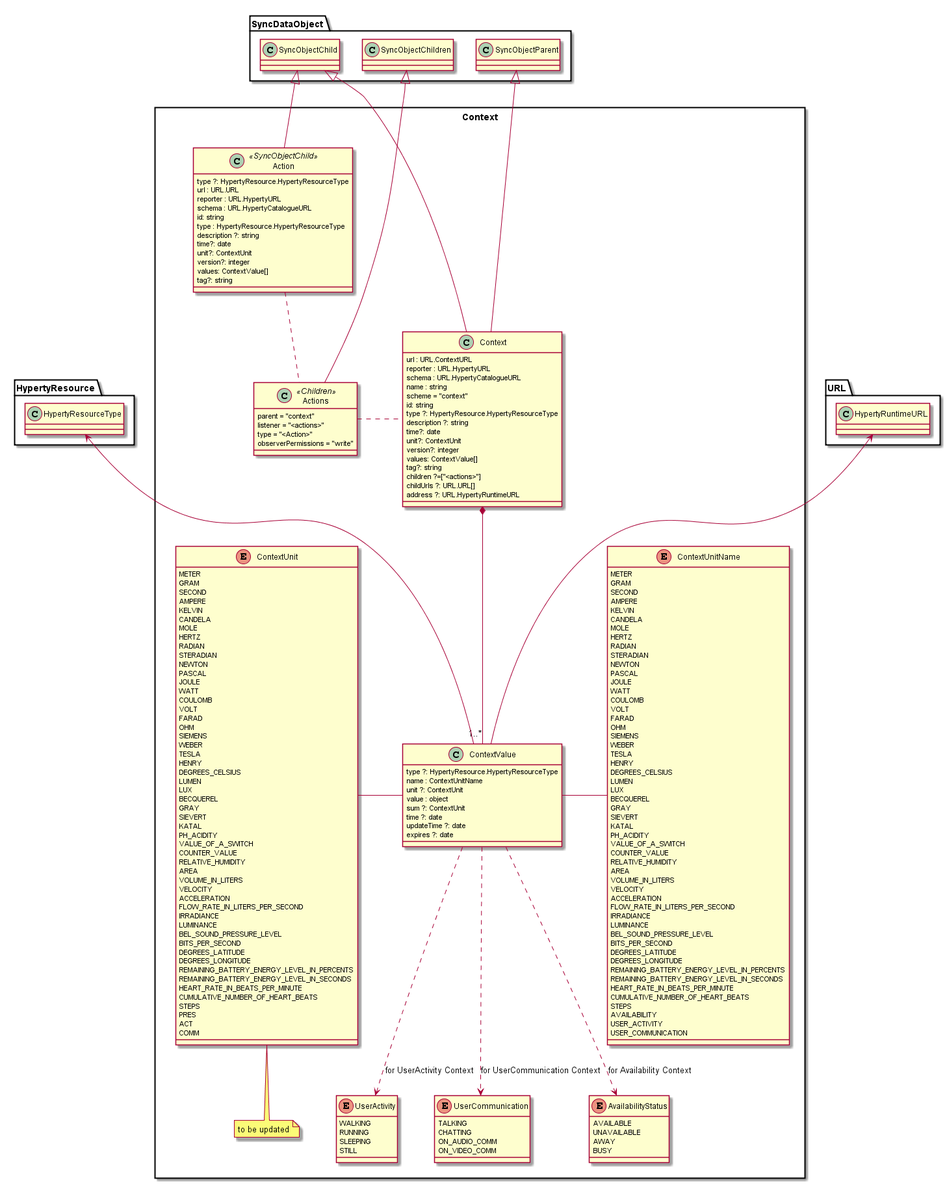
reTHINK-project/dev-service-framework keeps this PlantUML diagram as docs/datamodel/data-objects/context/Context.png. Above is the earlier version.
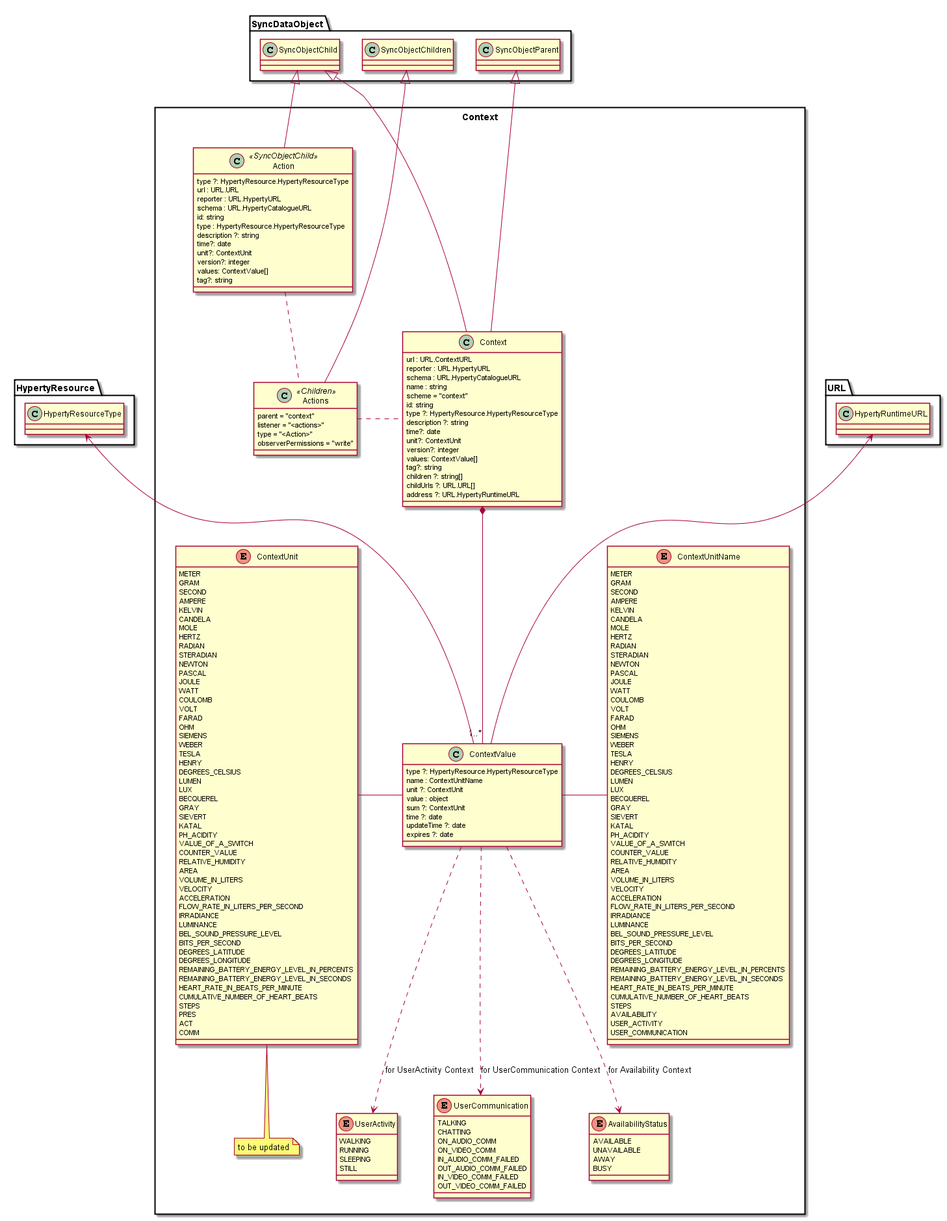
The same diagram one commit later.

Commit message:
Context model update with new values for UserCommunication context

Diff of the diagram source:
```diff
@@ -16,7 +16,7 @@
 		version?: integer
 		values: ContextValue[]
 		tag?: string
-		children ?=["<actions>"]
+		children ?: string[]
 		childUrls ?: URL.URL[]
 		address ?: URL.HypertyRuntimeURL
 	}
@@ -163,6 +163,10 @@
 	 CHATTING
 	 ON_AUDIO_COMM
 	 ON_VIDEO_COMM
+	 IN_AUDIO_COMM_FAILED
+	 OUT_AUDIO_COMM_FAILED
+	 IN_VIDEO_COMM_FAILED
+	 OUT_VIDEO_COMM_FAILED
 	}
 
 	class Actions <<Children>> {
```
